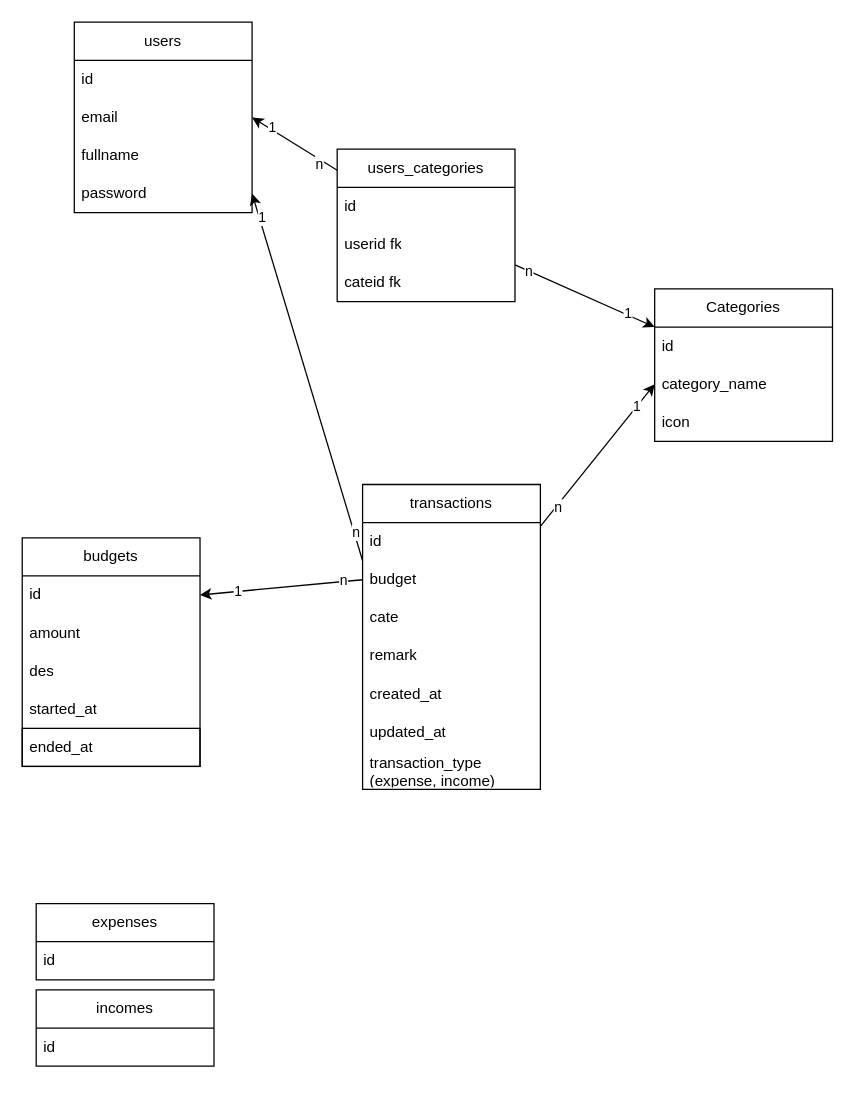
tonsisouvanh/expense-tracker-app keeps this draw.io diagram as page "Page-1" (1 of 2) of schema.drawio. Above is the earlier version. Source tidied: cells renumbered, new cells numbered last; positions are measured from the earlier drawing's top-left corner, leaving out a move shared by most shapes. Both pictures are drawn from the tidied source at 127%, with x=0, y=0 at pixel (22, 22).
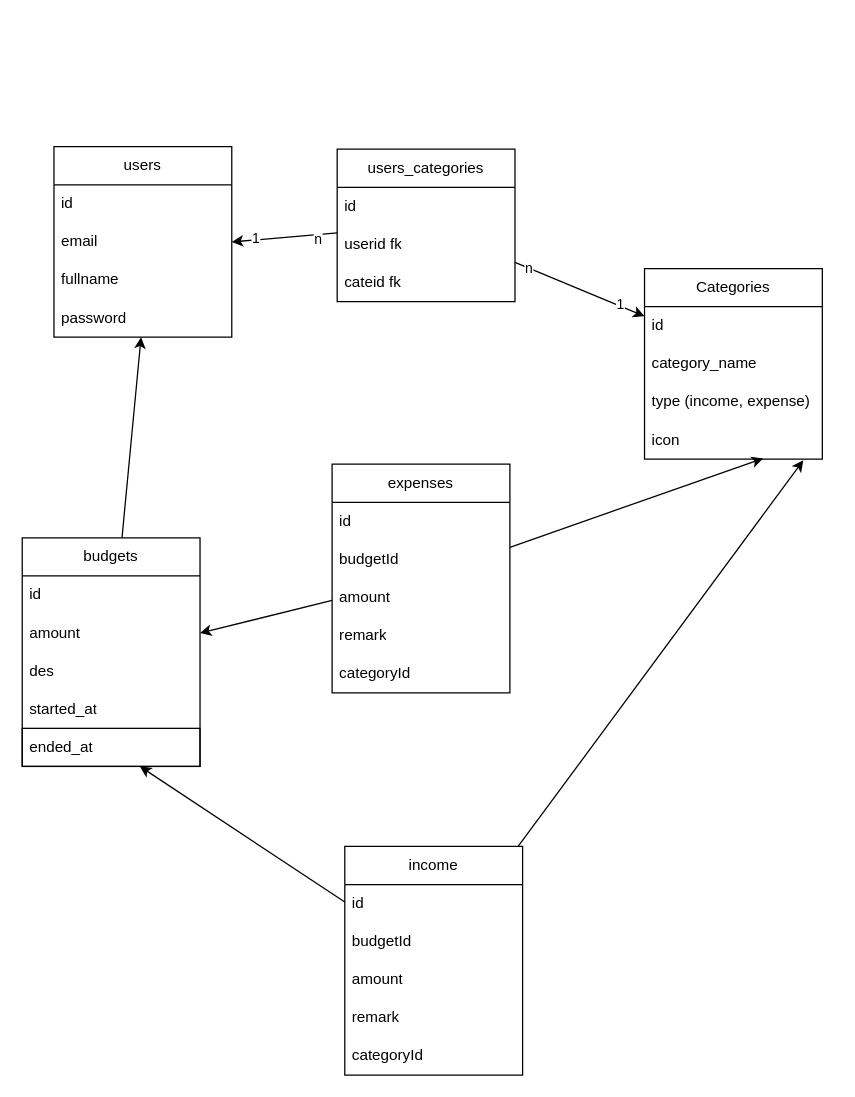
The same diagram, later.

The change refers to these unchanged cells:
```xml
<mxCell id="6" value="password" style="text;strokeColor=none;fillColor=none;align=left;verticalAlign=middle;spacingLeft=4;spacingRight=4;overflow=hidden;points=[[0,0.5],[1,0.5]];portConstraint=eastwest;whiteSpace=wrap;html=1;" parent="2" vertex="1">
  <mxGeometry y="120" width="140" height="30" as="geometry" />
</mxCell>
<mxCell id="7" value="budgets" style="swimlane;fontStyle=0;horizontal=1;startSize=30;whiteSpace=wrap;html=1;" parent="1" vertex="1">
  <mxGeometry y="406" width="140" height="180" as="geometry" />
</mxCell>
<mxCell id="9" value="amount" style="text;strokeColor=none;fillColor=none;align=left;verticalAlign=middle;spacingLeft=4;spacingRight=4;overflow=hidden;points=[[0,0.5],[1,0.5]];portConstraint=eastwest;whiteSpace=wrap;html=1;" parent="7" vertex="1">
  <mxGeometry y="60" width="140" height="30" as="geometry" />
</mxCell>
<mxCell id="12" value="ended_at" style="text;strokeColor=default;fillColor=none;align=left;verticalAlign=middle;spacingLeft=4;spacingRight=4;overflow=hidden;points=[[0,0.5],[1,0.5]];portConstraint=eastwest;whiteSpace=wrap;html=1;" parent="7" vertex="1">
  <mxGeometry y="150" width="140" height="30" as="geometry" />
</mxCell>
<mxCell id="15" value="category_name" style="text;strokeColor=none;fillColor=none;align=left;verticalAlign=middle;spacingLeft=4;spacingRight=4;overflow=hidden;points=[[0,0.5],[1,0.5]];portConstraint=eastwest;whiteSpace=wrap;html=1;" parent="13" vertex="1">
  <mxGeometry y="60" width="140" height="30" as="geometry" />
</mxCell>
```

Change to the diagram source:
```diff
@@
     <mxCell id="2" value="users" style="swimlane;fontStyle=0;horizontal=1;startSize=30;whiteSpace=wrap;html=1;" parent="1" vertex="1">
-      <mxGeometry x="41" width="140" height="150" as="geometry" />
+      <mxGeometry x="25" y="98" width="140" height="150" as="geometry" />
     </mxCell>
@@
+    <mxCell id="48" style="html=1;" parent="1" edge="1" source="7" target="6">
+      <mxGeometry relative="1" as="geometry" />
+    </mxCell>
@@
     <mxCell id="13" value="Categories" style="swimlane;fontStyle=0;horizontal=1;startSize=30;whiteSpace=wrap;html=1;" parent="1" vertex="1">
-      <mxGeometry x="498" y="210" width="140" height="120" as="geometry" />
+      <mxGeometry x="490" y="194" width="140" height="150" as="geometry" />
     </mxCell>
@@
+    <mxCell id="49" value="type (income, expense)" style="text;strokeColor=none;fillColor=none;align=left;verticalAlign=middle;spacingLeft=4;spacingRight=4;overflow=hidden;whiteSpace=wrap;html=1;" parent="13" vertex="1">
+      <mxGeometry y="90" width="140" height="30" as="geometry" />
+    </mxCell>
     <mxCell id="16" value="icon" style="text;strokeColor=none;fillColor=none;align=left;verticalAlign=middle;spacingLeft=4;spacingRight=4;overflow=hidden;points=[[0,0.5],[1,0.5]];portConstraint=eastwest;whiteSpace=wrap;html=1;" parent="13" vertex="1">
-      <mxGeometry y="90" width="140" height="30" as="geometry" />
+      <mxGeometry y="120" width="140" height="30" as="geometry" />
     </mxCell>
+    <mxCell id="50" style="edgeStyle=none;html=1;entryX=1;entryY=0.5;entryDx=0;entryDy=0;" parent="1" edge="1" source="17" target="9">
+      <mxGeometry relative="1" as="geometry" />
+    </mxCell>
+    <mxCell id="51" style="edgeStyle=none;html=1;entryX=0.667;entryY=0.981;entryDx=0;entryDy=0;entryPerimeter=0;" parent="1" edge="1" source="17" target="16">
+      <mxGeometry relative="1" as="geometry" />
+    </mxCell>
     <mxCell id="17" value="expenses" style="swimlane;fontStyle=0;horizontal=1;startSize=30;whiteSpace=wrap;html=1;" parent="1" vertex="1">
-      <mxGeometry x="11" y="694" width="140" height="60" as="geometry" />
+      <mxGeometry x="244" y="348" width="140" height="180" as="geometry" />
     </mxCell>
@@
-    <mxCell id="19" value="incomes" style="swimlane;fontStyle=0;horizontal=1;startSize=30;whiteSpace=wrap;html=1;" parent="1" vertex="1">
-      <mxGeometry x="11" y="762" width="140" height="60" as="geometry" />
-    </mxCell>
-    <mxCell id="20" value="id" style="text;strokeColor=none;fillColor=none;align=left;verticalAlign=middle;spacingLeft=4;spacingRight=4;overflow=hidden;whiteSpace=wrap;html=1;" parent="19" vertex="1">
-      <mxGeometry y="30" width="140" height="30" as="geometry" />
-    </mxCell>
+    <mxCell id="52" value="budgetId" style="text;strokeColor=none;fillColor=none;align=left;verticalAlign=middle;spacingLeft=4;spacingRight=4;overflow=hidden;whiteSpace=wrap;html=1;" parent="17" vertex="1">
+      <mxGeometry y="60" width="140" height="30" as="geometry" />
+    </mxCell>
+    <mxCell id="53" value="amount" style="text;strokeColor=none;fillColor=none;align=left;verticalAlign=middle;spacingLeft=4;spacingRight=4;overflow=hidden;whiteSpace=wrap;html=1;" parent="17" vertex="1">
+      <mxGeometry y="90" width="140" height="30" as="geometry" />
+    </mxCell>
+    <mxCell id="54" value="remark" style="text;strokeColor=none;fillColor=none;align=left;verticalAlign=middle;spacingLeft=4;spacingRight=4;overflow=hidden;whiteSpace=wrap;html=1;" parent="17" vertex="1">
+      <mxGeometry y="120" width="140" height="30" as="geometry" />
+    </mxCell>
+    <mxCell id="55" value="categoryId" style="text;strokeColor=none;fillColor=none;align=left;verticalAlign=middle;spacingLeft=4;spacingRight=4;overflow=hidden;whiteSpace=wrap;html=1;" parent="17" vertex="1">
+      <mxGeometry y="150" width="140" height="30" as="geometry" />
+    </mxCell>
@@
-    <mxCell id="31" style="edgeStyle=none;html=1;exitX=0;exitY=0.25;exitDx=0;exitDy=0;entryX=1;entryY=0.5;entryDx=0;entryDy=0;" parent="1" edge="1" source="37" target="6">
-      <mxGeometry relative="1" as="geometry" />
-    </mxCell>
-    <mxCell id="32" value="1" style="edgeLabel;html=1;align=center;verticalAlign=middle;" parent="31" vertex="1">
-      <mxGeometry x="0.87" y="-2" relative="1" as="geometry" />
-    </mxCell>
-    <mxCell id="33" value="n" style="edgeLabel;html=1;align=center;verticalAlign=middle;" parent="31" vertex="1">
-      <mxGeometry x="-0.85" y="-1" relative="1" as="geometry" />
-    </mxCell>
-    <mxCell id="34" style="edgeStyle=none;html=1;entryX=0;entryY=0.5;entryDx=0;entryDy=0;" parent="1" edge="1" source="37" target="15">
-      <mxGeometry relative="1" as="geometry" />
-    </mxCell>
-    <mxCell id="35" value="n" style="edgeLabel;html=1;align=center;verticalAlign=middle;" parent="34" vertex="1">
-      <mxGeometry x="-0.72" y="-1" relative="1" as="geometry" />
-    </mxCell>
-    <mxCell id="36" value="1" style="edgeLabel;html=1;align=center;verticalAlign=middle;" parent="34" vertex="1">
-      <mxGeometry x="0.69" relative="1" as="geometry" />
-    </mxCell>
-    <mxCell id="37" value="transactions" style="swimlane;fontStyle=0;horizontal=1;startSize=30;whiteSpace=wrap;html=1;" parent="1" vertex="1">
-      <mxGeometry x="268" y="364" width="140" height="240" as="geometry" />
-    </mxCell>
-    <mxCell id="38" value="id" style="text;strokeColor=none;fillColor=none;align=left;verticalAlign=middle;spacingLeft=4;spacingRight=4;overflow=hidden;whiteSpace=wrap;html=1;" parent="37" vertex="1">
-      <mxGeometry y="30" width="140" height="30" as="geometry" />
-    </mxCell>
-    <mxCell id="39" value="budget" style="text;strokeColor=none;fillColor=none;align=left;verticalAlign=middle;spacingLeft=4;spacingRight=4;overflow=hidden;points=[[0,0.5],[1,0.5]];portConstraint=eastwest;whiteSpace=wrap;html=1;" parent="37" vertex="1">
-      <mxGeometry y="60" width="140" height="30" as="geometry" />
-    </mxCell>
-    <mxCell id="40" value="cate" style="text;strokeColor=none;fillColor=none;align=left;verticalAlign=middle;spacingLeft=4;spacingRight=4;overflow=hidden;whiteSpace=wrap;html=1;" parent="37" vertex="1">
-      <mxGeometry y="90" width="140" height="30" as="geometry" />
-    </mxCell>
-    <mxCell id="41" value="remark" style="text;strokeColor=none;fillColor=none;align=left;verticalAlign=middle;spacingLeft=4;spacingRight=4;overflow=hidden;whiteSpace=wrap;html=1;" parent="37" vertex="1">
-      <mxGeometry y="120" width="140" height="30" as="geometry" />
-    </mxCell>
+    <mxCell id="56" style="edgeStyle=none;html=1;" parent="1" edge="1" source="42" target="12">
+      <mxGeometry relative="1" as="geometry" />
+    </mxCell>
+    <mxCell id="57" style="edgeStyle=none;html=1;entryX=0.893;entryY=1.033;entryDx=0;entryDy=0;entryPerimeter=0;" parent="1" edge="1" source="42" target="16">
+      <mxGeometry relative="1" as="geometry" />
+    </mxCell>
-    <mxCell id="42" value="created_at" style="text;strokeColor=none;fillColor=none;align=left;verticalAlign=middle;spacingLeft=4;spacingRight=4;overflow=hidden;points=[[0,0.5],[1,0.5]];portConstraint=eastwest;whiteSpace=wrap;html=1;" parent="37" vertex="1">
-      <mxGeometry y="150" width="140" height="30" as="geometry" />
+    <mxCell id="42" value="income" style="swimlane;fontStyle=0;horizontal=1;startSize=30;whiteSpace=wrap;html=1;" parent="1" vertex="1">
+      <mxGeometry x="254" y="649" width="140" height="180" as="geometry" />
     </mxCell>
-    <mxCell id="43" value="updated_at" style="text;strokeColor=none;fillColor=none;align=left;verticalAlign=middle;spacingLeft=4;spacingRight=4;overflow=hidden;whiteSpace=wrap;html=1;" parent="37" vertex="1">
-      <mxGeometry y="180" width="140" height="30" as="geometry" />
-    </mxCell>
-    <mxCell id="44" value="transaction_type (expense, income)" style="text;strokeColor=none;fillColor=none;align=left;verticalAlign=middle;spacingLeft=4;spacingRight=4;overflow=hidden;whiteSpace=wrap;html=1;" parent="37" vertex="1">
-      <mxGeometry y="210" width="140" height="30" as="geometry" />
-    </mxCell>
-    <mxCell id="45" style="edgeStyle=none;html=1;entryX=1;entryY=0.25;entryDx=0;entryDy=0;exitX=0;exitY=0.5;exitDx=0;exitDy=0;" parent="1" edge="1" source="39" target="7">
-      <mxGeometry relative="1" as="geometry" />
-    </mxCell>
-    <mxCell id="46" value="1" style="edgeLabel;html=1;align=center;verticalAlign=middle;" parent="45" vertex="1">
-      <mxGeometry x="0.54" y="-1" relative="1" as="geometry" />
-    </mxCell>
-    <mxCell id="47" value="n" style="edgeLabel;html=1;align=center;verticalAlign=middle;" parent="45" vertex="1">
-      <mxGeometry x="-0.76" y="-1" relative="1" as="geometry" />
-    </mxCell>
+    <mxCell id="58" value="id" style="text;strokeColor=none;fillColor=none;align=left;verticalAlign=middle;spacingLeft=4;spacingRight=4;overflow=hidden;whiteSpace=wrap;html=1;" parent="42" vertex="1">
+      <mxGeometry y="30" width="140" height="30" as="geometry" />
+    </mxCell>
+    <mxCell id="59" value="budgetId" style="text;strokeColor=none;fillColor=none;align=left;verticalAlign=middle;spacingLeft=4;spacingRight=4;overflow=hidden;whiteSpace=wrap;html=1;" parent="42" vertex="1">
+      <mxGeometry y="60" width="140" height="30" as="geometry" />
+    </mxCell>
+    <mxCell id="60" value="amount" style="text;strokeColor=none;fillColor=none;align=left;verticalAlign=middle;spacingLeft=4;spacingRight=4;overflow=hidden;whiteSpace=wrap;html=1;" parent="42" vertex="1">
+      <mxGeometry y="90" width="140" height="30" as="geometry" />
+    </mxCell>
+    <mxCell id="61" value="remark" style="text;strokeColor=none;fillColor=none;align=left;verticalAlign=middle;spacingLeft=4;spacingRight=4;overflow=hidden;whiteSpace=wrap;html=1;" parent="42" vertex="1">
+      <mxGeometry y="120" width="140" height="30" as="geometry" />
+    </mxCell>
+    <mxCell id="62" value="categoryId" style="text;strokeColor=none;fillColor=none;align=left;verticalAlign=middle;spacingLeft=4;spacingRight=4;overflow=hidden;whiteSpace=wrap;html=1;" parent="42" vertex="1">
+      <mxGeometry y="150" width="140" height="30" as="geometry" />
+    </mxCell>
```
